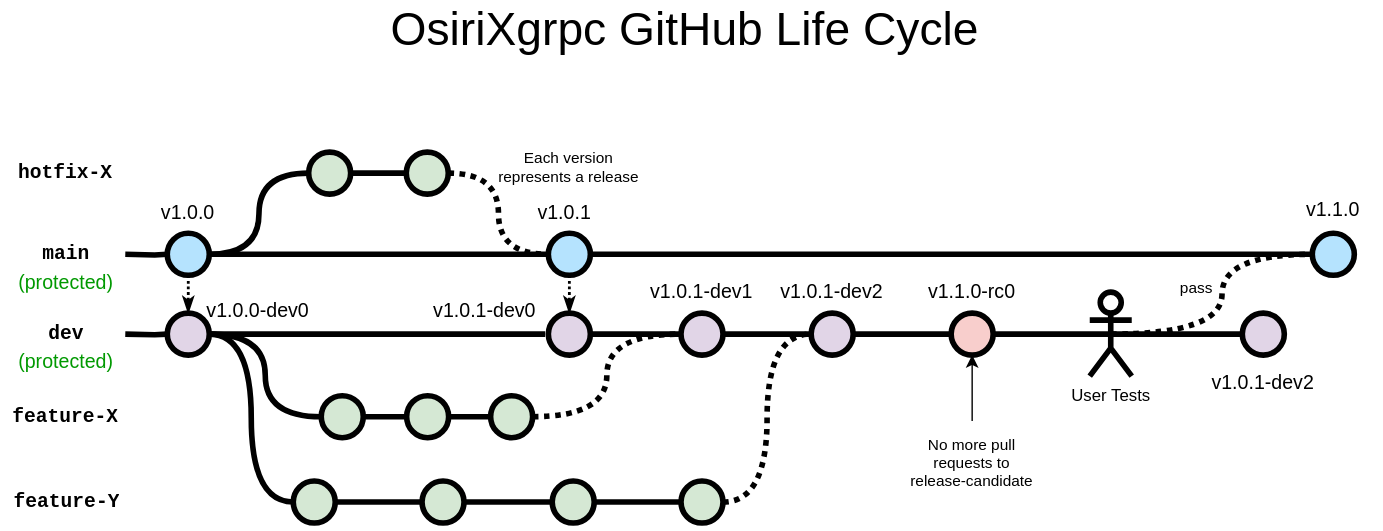
Above: docs/docfiles/assets/osirixgrpc.drawio.svg in osirixgrpc/osirixgrpc (draw.io), before the change. Source tidied: cells renumbered, new cells last; positions are measured from the earlier drawing's top-left corner, leaving out a move shared by most shapes.
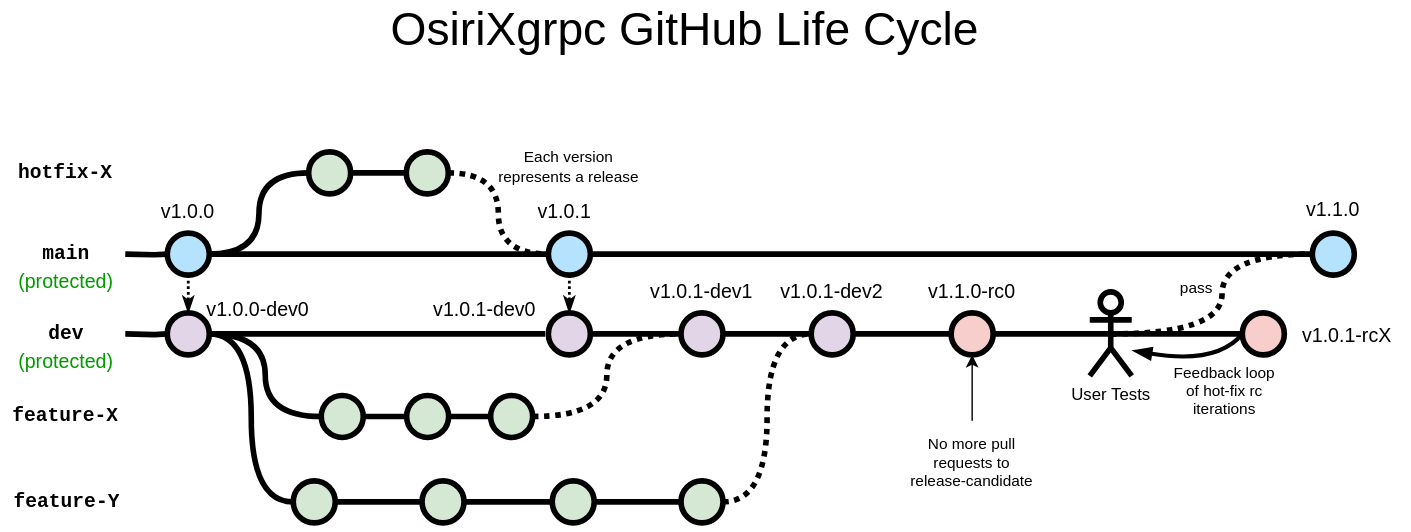
Above is the later version.

Diff of the diagram source:
```diff
@@ -184,7 +184,7 @@
     <mxCell id="59" style="edgeStyle=orthogonalEdgeStyle;curved=1;rounded=0;html=1;exitX=0.5;exitY=0.5;exitPerimeter=0;entryX=0;entryY=0.5;entryPerimeter=0;endArrow=none;endFill=0;jettySize=auto;strokeWidth=4;fontSize=15;exitDx=0;exitDy=0;entryDx=0;entryDy=0;dashed=1;dashPattern=1 1;" parent="1" edge="1" source="58" target="5">
       <mxGeometry relative="1" as="geometry" />
     </mxCell>
-    <mxCell id="60" style="verticalLabelPosition=bottom;verticalAlign=top;html=1;strokeWidth=4;shape=mxgraph.flowchart.on-page_reference;strokeColor=#000000;fillColor=#e1d5e7;" parent="1" vertex="1">
+    <mxCell id="60" style="verticalLabelPosition=bottom;verticalAlign=top;html=1;strokeWidth=4;shape=mxgraph.flowchart.on-page_reference;strokeColor=#000000;fillColor=#f8cecc;" parent="1" vertex="1">
       <mxGeometry x="888" y="223" width="30" height="30" as="geometry" />
     </mxCell>
     <mxCell id="61" style="edgeStyle=orthogonalEdgeStyle;rounded=0;html=1;jettySize=auto;plain-blue;endArrow=none;endFill=0;strokeWidth=4;strokeColor=#000000;entryX=0;entryY=0.5;entryDx=0;entryDy=0;entryPerimeter=0;exitX=0.5;exitY=0.5;exitDx=0;exitDy=0;exitPerimeter=0;" parent="1" edge="1" source="58" target="60">
@@ -199,11 +199,22 @@
     <mxCell id="64" value="feature-Y" style="text;html=1;strokeColor=none;fillColor=none;align=center;verticalAlign=middle;whiteSpace=wrap;overflow=hidden;fontSize=14;fontStyle=1;fontFamily=Courier New;" parent="1" vertex="1">
       <mxGeometry x="0.5" y="337" width="95" height="42" as="geometry" />
     </mxCell>
-    <mxCell id="65" value="v1.0.1-dev2" style="text;html=1;strokeColor=none;fillColor=none;align=center;verticalAlign=middle;whiteSpace=wrap;overflow=hidden;fontSize=14;" parent="1" vertex="1">
-      <mxGeometry x="858" y="262" width="90" height="20" as="geometry" />
+    <mxCell id="65" value="v1.0.1-rcX" style="text;html=1;strokeColor=none;fillColor=none;align=center;verticalAlign=middle;whiteSpace=wrap;overflow=hidden;fontSize=14;" parent="1" vertex="1">
+      <mxGeometry x="918" y="228" width="90" height="20" as="geometry" />
     </mxCell>
     <mxCell id="66" style="edgeStyle=orthogonalEdgeStyle;rounded=0;html=1;jettySize=auto;plain-blue;endArrow=none;endFill=0;strokeWidth=4;strokeColor=#000000;exitX=1;exitY=0.5;exitDx=0;exitDy=0;exitPerimeter=0;entryX=0.5;entryY=0.5;entryDx=0;entryDy=0;entryPerimeter=0;" parent="1" edge="1" source="55" target="58">
       <mxGeometry x="292.2" y="211" as="geometry" />
     </mxCell>
+    <mxCell id="67" style="curved=1;endArrow=blockThin;html=1;rounded=0;exitX=0;exitY=0.5;exitDx=0;exitDy=0;exitPerimeter=0;strokeWidth=3;endFill=1;" parent="1" edge="1" source="60">
+      <mxGeometry relative="1" as="geometry">
+        <mxPoint x="810" y="250" as="targetPoint" />
+        <Array as="points">
+          <mxPoint x="870" y="260" />
+        </Array>
+      </mxGeometry>
+    </mxCell>
+    <mxCell id="68" value="Feedback loop&lt;br&gt;of hot-fix rc&lt;br&gt;iterations" style="text;html=1;align=center;verticalAlign=middle;strokeColor=none;fillColor=none;fontSize=11;" parent="1" vertex="1">
+      <mxGeometry x="825" y="254" width="100" height="50" as="geometry" />
+    </mxCell>
   </root>
 </mxGraphModel>
```
